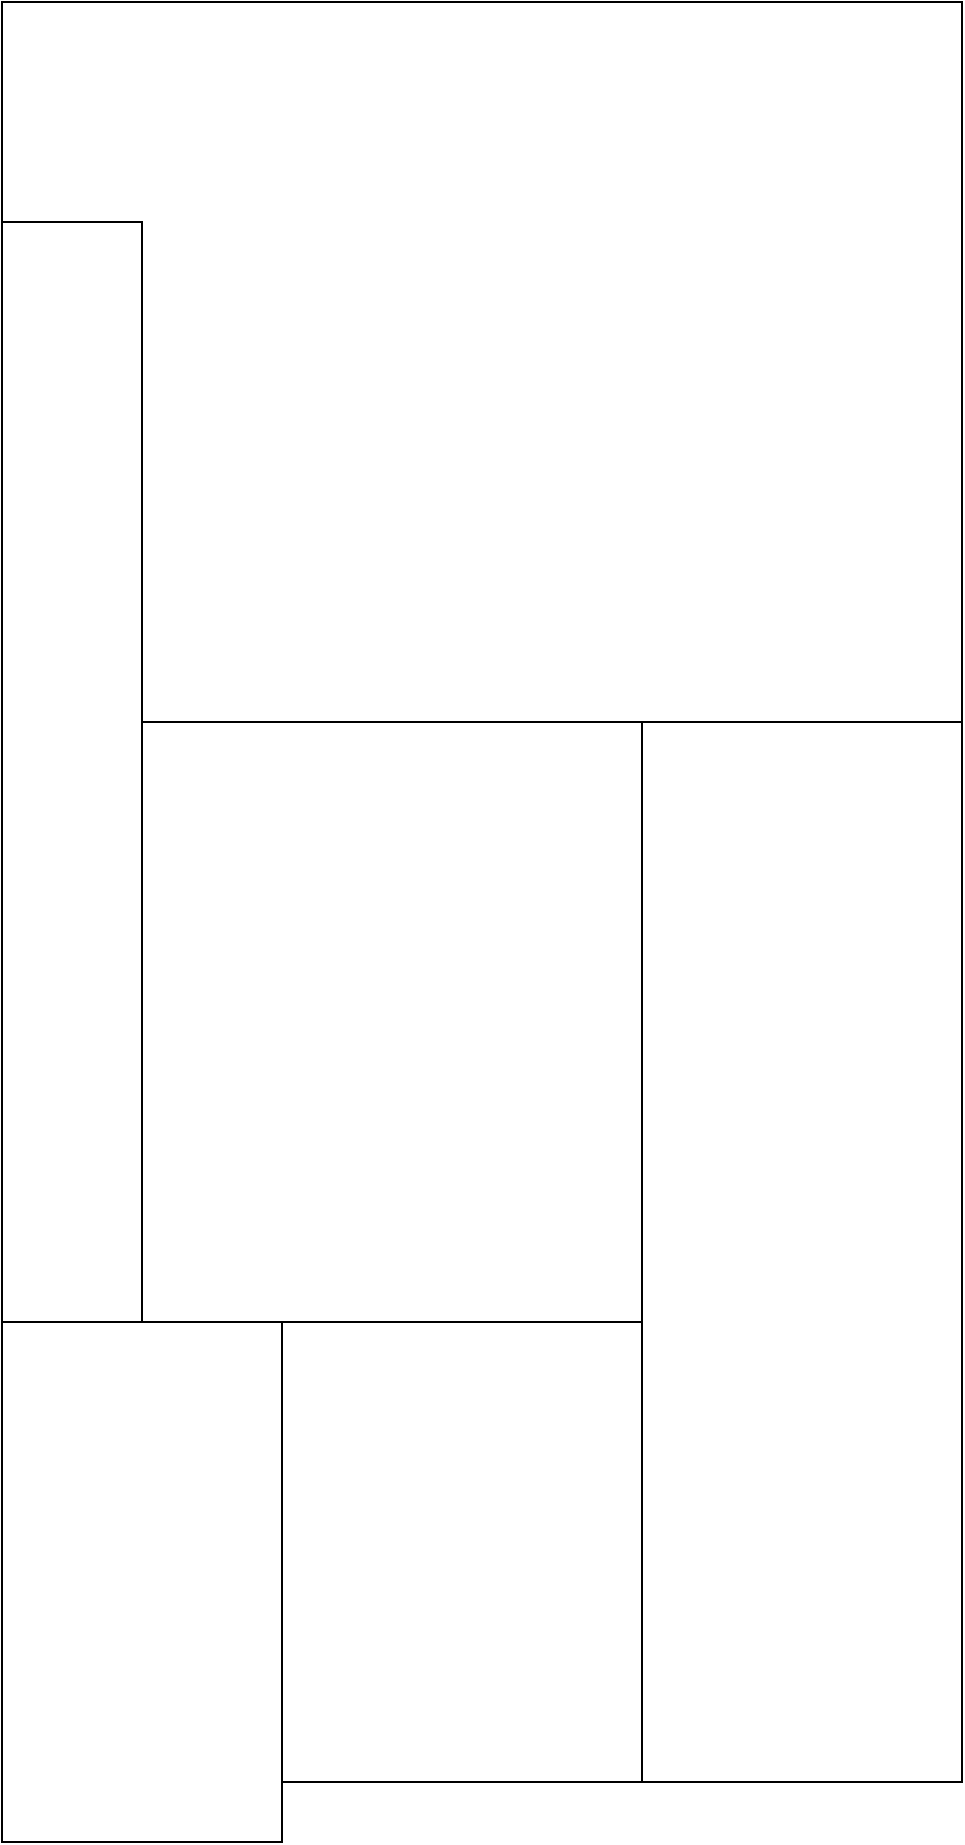
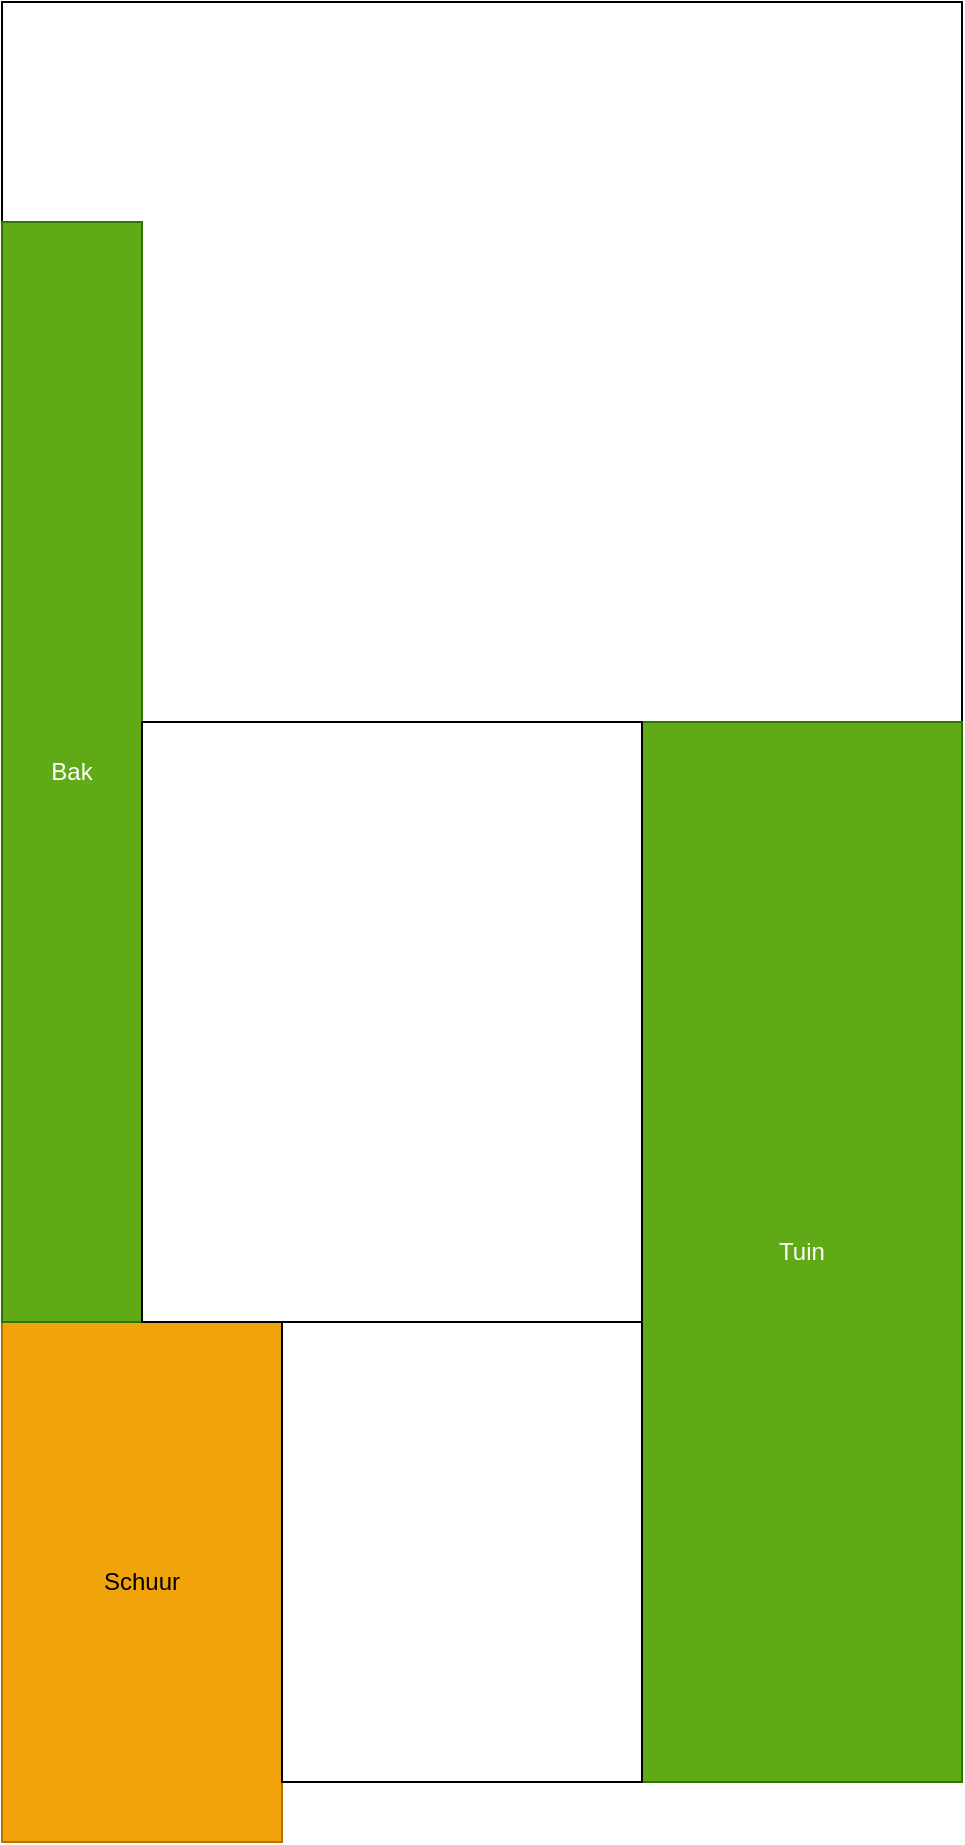
<mxfile host="app.diagrams.net">
  <diagram name="Page-1" id="o-0tdXMlROqrJ6z3eSWm">
    <mxGraphModel dx="1456" dy="866" grid="1" gridSize="10" guides="1" tooltips="1" connect="1" arrows="1" fold="1" page="1" pageScale="1" pageWidth="827" pageHeight="1169" math="0" shadow="0">
      <root>
        <mxCell id="0" />
        <mxCell id="1" parent="0" />
        <mxCell id="yM9jW3GAW1ZMK87SmaJA-1" parent="1" style="rounded=0;whiteSpace=wrap;html=1;" value="" vertex="1">
          <mxGeometry height="360" width="480" x="160" y="80" as="geometry" />
        </mxCell>
-         <mxCell id="yM9jW3GAW1ZMK87SmaJA-2" parent="1" style="whiteSpace=wrap;html=1;" value="" vertex="1">
+         <mxCell id="yM9jW3GAW1ZMK87SmaJA-2" parent="1" style="whiteSpace=wrap;html=1;fillColor=#60a917;fontColor=#ffffff;strokeColor=#2D7600;movable=0;resizable=0;rotatable=0;deletable=0;editable=0;locked=1;connectable=0;" value="Tuin" vertex="1">
          <mxGeometry height="530" width="160" x="480" y="440" as="geometry" />
        </mxCell>
-         <mxCell id="yM9jW3GAW1ZMK87SmaJA-4" parent="1" style="rounded=0;whiteSpace=wrap;html=1;" value="" vertex="1">
+         <mxCell id="yM9jW3GAW1ZMK87SmaJA-4" parent="1" style="rounded=0;whiteSpace=wrap;html=1;fillColor=#f0a30a;fontColor=#000000;strokeColor=#BD7000;movable=0;resizable=0;rotatable=0;deletable=0;editable=0;locked=1;connectable=0;" value="Schuur" vertex="1">
          <mxGeometry height="260" width="140" x="160" y="740" as="geometry" />
        </mxCell>
-         <mxCell id="yM9jW3GAW1ZMK87SmaJA-5" parent="1" style="rounded=0;whiteSpace=wrap;html=1;" value="" vertex="1">
+         <mxCell id="yM9jW3GAW1ZMK87SmaJA-5" parent="1" style="rounded=0;whiteSpace=wrap;html=1;fillColor=#60a917;fontColor=#ffffff;strokeColor=#2D7600;movable=0;resizable=0;rotatable=0;deletable=0;editable=0;locked=1;connectable=0;" value="Bak" vertex="1">
          <mxGeometry height="550" width="70" x="160" y="190" as="geometry" />
        </mxCell>
        <mxCell id="yM9jW3GAW1ZMK87SmaJA-6" parent="1" style="rounded=0;whiteSpace=wrap;html=1;" value="" vertex="1">
          <mxGeometry height="300" width="250" x="230" y="440" as="geometry" />
        </mxCell>
        <mxCell id="yM9jW3GAW1ZMK87SmaJA-7" parent="1" style="rounded=0;whiteSpace=wrap;html=1;" value="" vertex="1">
          <mxGeometry height="230" width="180" x="300" y="740" as="geometry" />
        </mxCell>
      </root>
    </mxGraphModel>
  </diagram>
</mxfile>
